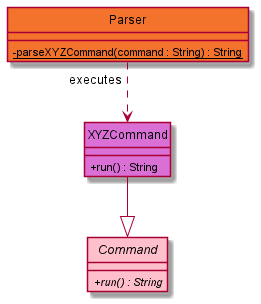
nus-cs2113-AY2122S1/tp keeps this PlantUML diagram as docs/images/ParserDiagram.png. Above is the earlier version.
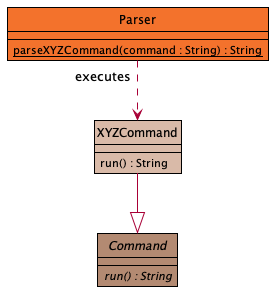
The same file after the commit.

Diff of the diagram source:
```diff
@@ -1,20 +1,26 @@
 @startuml
+
+!include style.puml
 hide circle
-skinparam classAttributeIconSize 0
-
-abstract class Command #pink {
-+ {abstract} run() : String
+skinparam class {
+    BorderThickness 1
+    BorderColor #Black
 }
 
-class Parser #F3722C {
-- {static} parseXYZCommand(command : String) : String
+abstract class Command #B38A72  {
+ {abstract} run() : String
 }
 
-class XYZCommand #orchid {
-+ run() : String
+class Parser PARSER_COLOUR {
+{static} parseXYZCommand(command : String) : String
+}
+
+class XYZCommand #D9BAA8  {
+run() : String
 }
 
 XYZCommand --|> Command
 Parser "executes" ..> XYZCommand
 
+
 @enduml
```
